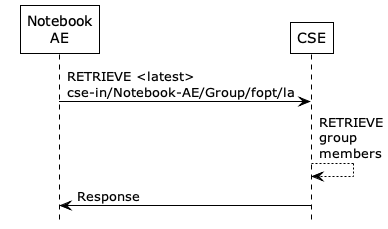
Earlier version of the PlantUML export images/04/retrieve_latest.png (ankraft/onem2m-jupyter-notebooks).
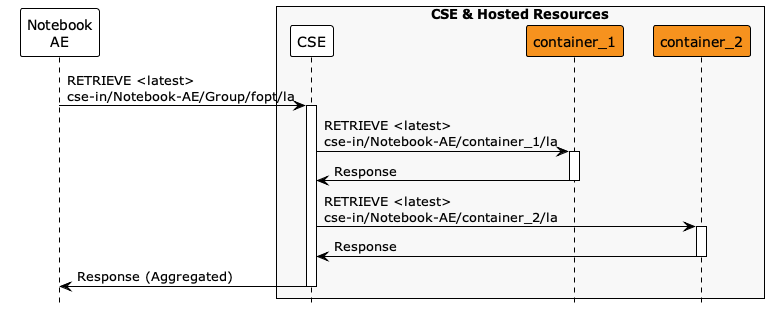
Later version of the same file.

Commit message:
Improved <group> sequence diagrams. Improved name consistency for group members.

The edit, as a diff of the source:
```diff
@@ -3,11 +3,19 @@
 !theme plain
 skinparam backgroundcolor transparent
 
+
 participant "Notebook\nAE" as AE
+box "CSE & Hosted Resources" #f8f8f8
 participant "CSE" as CSE
+participant "container_1" as container_1 #F6921E
+participant "container_2" as container_2 #F6921E
+end box
 
-AE -> CSE: RETRIEVE <latest>\ncse-in/Notebook-AE/Group/fopt/la
-CSE --> CSE: RETRIEVE\ngroup\nmembers
-AE <- CSE: Response
+AE -> CSE ++: RETRIEVE <latest>\ncse-in/Notebook-AE/Group/fopt/la
+CSE -> container_1 ++: RETRIEVE <latest>\ncse-in/Notebook-AE/container_1/la
+CSE <- container_1 --: Response
+CSE -> container_2 ++: RETRIEVE <latest>\ncse-in/Notebook-AE/container_2/la
+CSE <- container_2 --: Response
+AE <- CSE --: Response (Aggregated)
 
 @enduml
```
